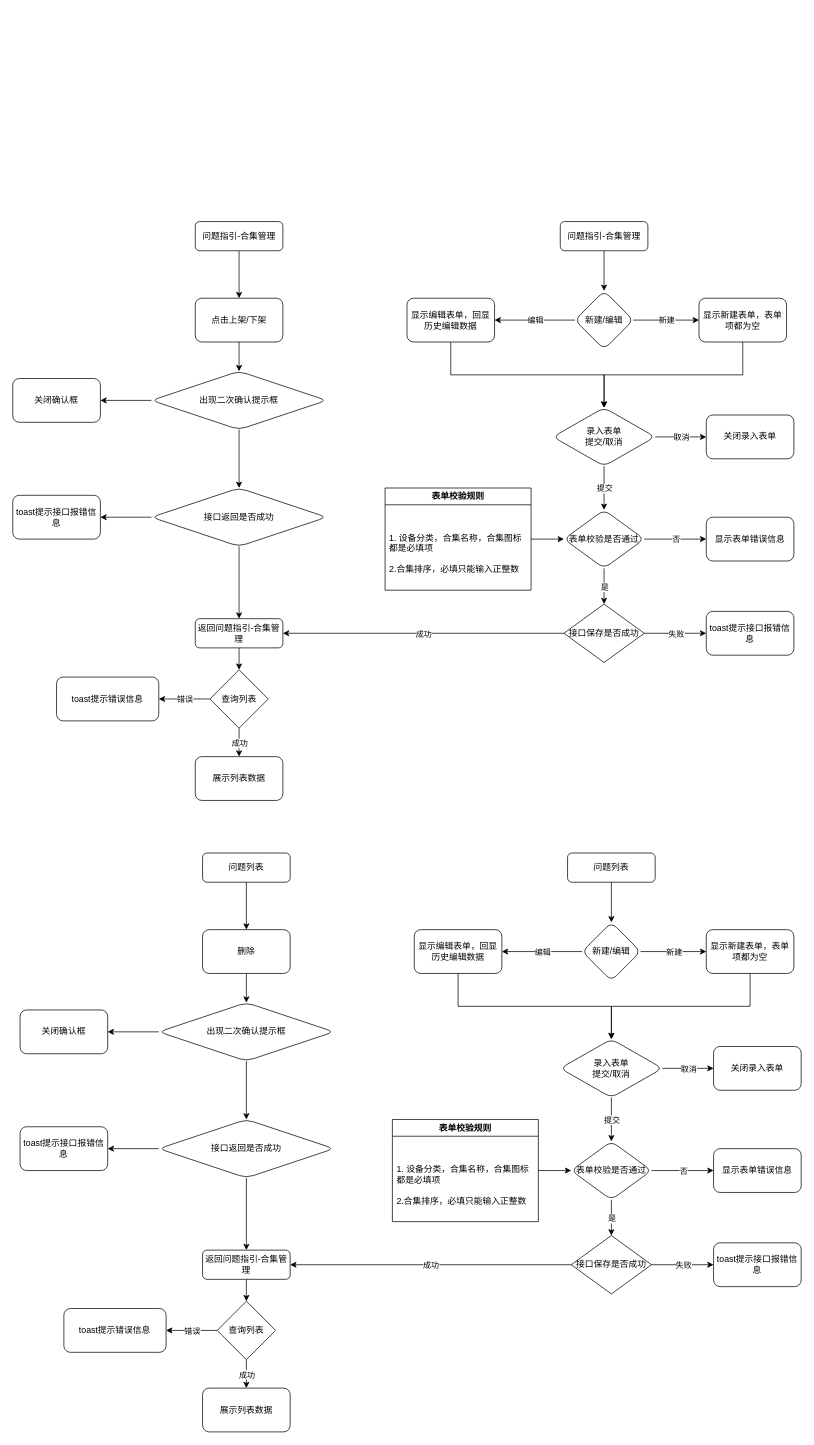
The draw.io diagram 问题指引.drawio in BwinYang/bwinyang, before the edit. Source tidied: cells renumbered, new cells numbered last; positions are measured from the earlier drawing's top-left corner, leaving out a move shared by most shapes. Both pictures are drawn from the tidied source at 73%, with x=0, y=0 at pixel (12, 221).
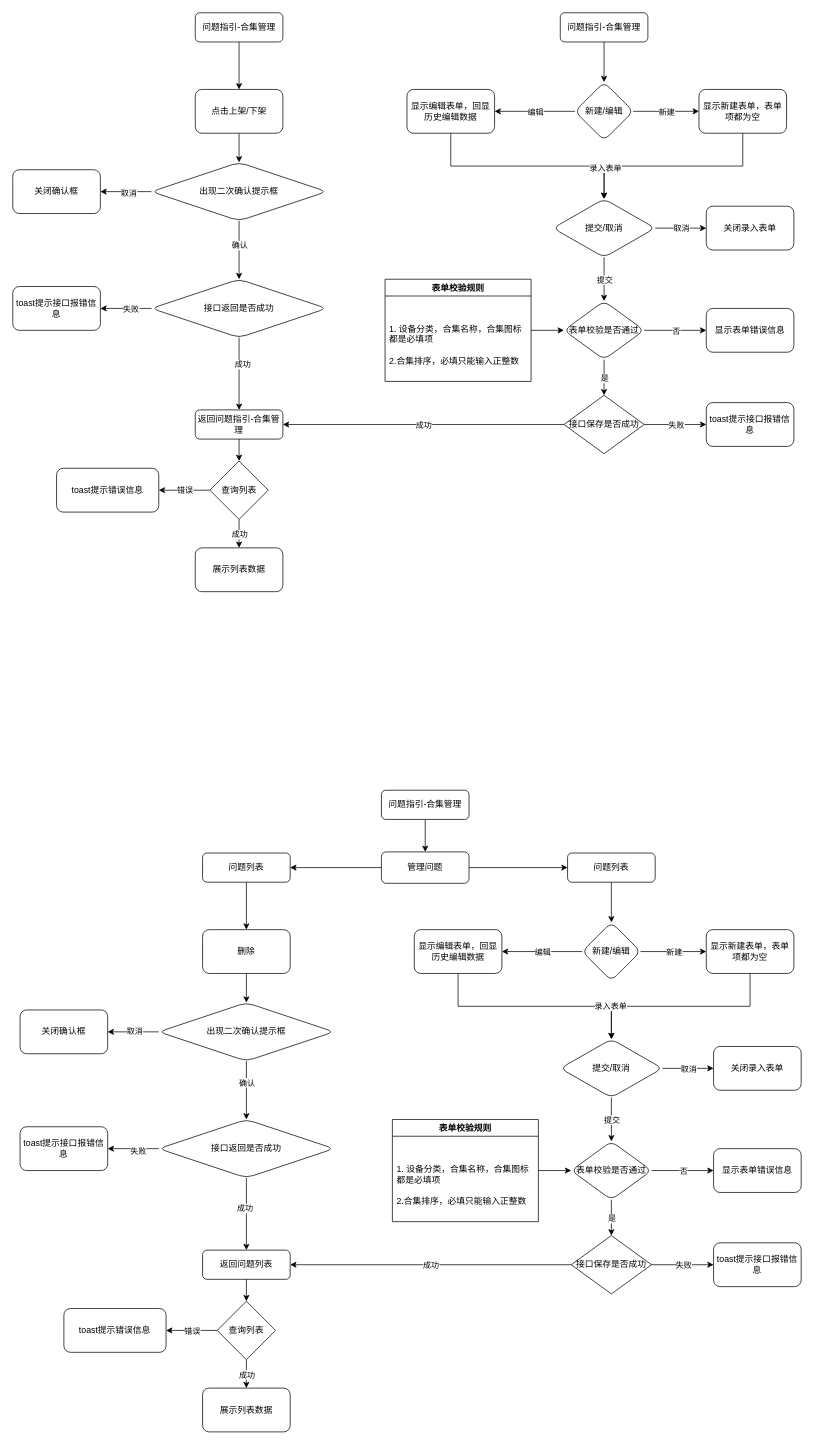
Above is the later version.

Commit message:
更新问题指引.drawio

Unchanged cells that the change refers to:
```xml
<mxCell id="44" style="edgeStyle=orthogonalEdgeStyle;rounded=0;jettySize=auto;html=1;" parent="1" edge="1" source="46" target="47">
  <mxGeometry relative="1" as="geometry" />
</mxCell>
<mxCell id="45" style="edgeStyle=orthogonalEdgeStyle;rounded=0;jettySize=auto;html=1;" parent="1" edge="1" source="46" target="50">
  <mxGeometry relative="1" as="geometry" />
</mxCell>
<mxCell id="48" style="edgeStyle=orthogonalEdgeStyle;rounded=0;jettySize=auto;html=1;" parent="1" edge="1" source="50" target="51">
  <mxGeometry relative="1" as="geometry" />
</mxCell>
<mxCell id="49" style="edgeStyle=orthogonalEdgeStyle;rounded=0;jettySize=auto;html=1;entryX=0.5;entryY=0;entryDx=0;entryDy=0;" parent="1" edge="1" source="50" target="13">
  <mxGeometry relative="1" as="geometry" />
</mxCell>
<mxCell id="58" value="问题列表" style="rounded=1;whiteSpace=wrap;html=1;fontSize=12;glass=0;strokeWidth=1;shadow=0;" parent="1" vertex="1">
  <mxGeometry x="760" y="865" width="120" height="40" as="geometry" />
</mxCell>
<mxCell id="86" style="endArrow=classic;html=1;rounded=0;edgeStyle=orthogonalEdgeStyle;exitX=0.5;exitY=1;exitDx=0;exitDy=0;entryX=0.5;entryY=0;entryDx=0;entryDy=0;" parent="1" edge="1" source="57" target="60">
  <mxGeometry relative="1" as="geometry">
    <Array as="points">
      <mxPoint x="1010" y="1075" />
      <mxPoint x="820" y="1075" />
    </Array>
  </mxGeometry>
</mxCell>
<mxCell id="94" value="问题列表" style="rounded=1;whiteSpace=wrap;html=1;fontSize=12;glass=0;strokeWidth=1;shadow=0;" parent="1" vertex="1">
  <mxGeometry x="260" y="865" width="120" height="40" as="geometry" />
</mxCell>
<mxCell id="97" style="edgeStyle=orthogonalEdgeStyle;rounded=0;jettySize=auto;html=1;" parent="1" edge="1" source="99" target="100">
  <mxGeometry relative="1" as="geometry" />
</mxCell>
<mxCell id="98" style="edgeStyle=orthogonalEdgeStyle;rounded=0;jettySize=auto;html=1;" parent="1" edge="1" source="99" target="103">
  <mxGeometry relative="1" as="geometry" />
</mxCell>
<mxCell id="101" style="edgeStyle=orthogonalEdgeStyle;rounded=0;jettySize=auto;html=1;" parent="1" edge="1" source="103" target="104">
  <mxGeometry relative="1" as="geometry" />
</mxCell>
<mxCell id="102" style="edgeStyle=orthogonalEdgeStyle;rounded=0;jettySize=auto;html=1;entryX=0.5;entryY=0;entryDx=0;entryDy=0;" parent="1" edge="1" source="103" target="66">
  <mxGeometry relative="1" as="geometry" />
</mxCell>
```

The edit, as a diff of the source:
```diff
@@
     <mxCell id="3" value="新建/编辑" style="rhombus;whiteSpace=wrap;html=1;rounded=1;glass=0;strokeWidth=1;shadow=0;" parent="1" vertex="1">
-      <mxGeometry x="770" y="95" width="80" height="80" as="geometry" />
+      <mxGeometry x="770" y="-191" width="80" height="80" as="geometry" />
     </mxCell>
     <mxCell id="4" value="显示新建表单，表单项都为空" style="rounded=1;whiteSpace=wrap;html=1;glass=0;strokeWidth=1;shadow=0;" parent="1" vertex="1">
-      <mxGeometry x="940" y="105" width="120" height="60" as="geometry" />
+      <mxGeometry x="940" y="-181" width="120" height="60" as="geometry" />
     </mxCell>
     <mxCell id="5" value="问题指引-合集管理" style="rounded=1;whiteSpace=wrap;html=1;fontSize=12;glass=0;strokeWidth=1;shadow=0;" parent="1" vertex="1">
-      <mxGeometry x="750" width="120" height="40" as="geometry" />
+      <mxGeometry x="750" y="-286" width="120" height="40" as="geometry" />
     </mxCell>
     <mxCell id="6" value="显示编辑表单，回显历史编辑数据" style="rounded=1;whiteSpace=wrap;html=1;glass=0;strokeWidth=1;shadow=0;" parent="1" vertex="1">
-      <mxGeometry x="540" y="105" width="120" height="60" as="geometry" />
+      <mxGeometry x="540" y="-181" width="120" height="60" as="geometry" />
     </mxCell>
-    <mxCell id="7" value="录入表单&lt;br&gt;提交/取消" style="rhombus;whiteSpace=wrap;html=1;rounded=1;glass=0;strokeWidth=1;shadow=0;" parent="1" vertex="1">
-      <mxGeometry x="740" y="255" width="140" height="80" as="geometry" />
+    <mxCell id="7" value="提交/取消" style="rhombus;whiteSpace=wrap;html=1;rounded=1;glass=0;strokeWidth=1;shadow=0;" parent="1" vertex="1">
+      <mxGeometry x="740" y="-31" width="140" height="80" as="geometry" />
     </mxCell>
     <mxCell id="8" value="表单校验是否通过" style="rhombus;whiteSpace=wrap;html=1;rounded=1;glass=0;strokeWidth=1;shadow=0;" parent="1" vertex="1">
-      <mxGeometry x="755" y="395" width="110" height="80" as="geometry" />
+      <mxGeometry x="755" y="109" width="110" height="80" as="geometry" />
     </mxCell>
     <mxCell id="9" value="接口保存是否成功" style="rhombus;whiteSpace=wrap;html=1;" parent="1" vertex="1">
-      <mxGeometry x="755" y="524" width="110" height="80" as="geometry" />
+      <mxGeometry x="755" y="238" width="110" height="80" as="geometry" />
     </mxCell>
     <mxCell id="10" value="关闭录入表单" style="whiteSpace=wrap;html=1;rounded=1;glass=0;strokeWidth=1;shadow=0;" parent="1" vertex="1">
-      <mxGeometry x="950" y="265" width="120" height="60" as="geometry" />
+      <mxGeometry x="950" y="-21" width="120" height="60" as="geometry" />
     </mxCell>
     <mxCell id="11" value="显示表单错误信息" style="whiteSpace=wrap;html=1;rounded=1;glass=0;strokeWidth=1;shadow=0;" parent="1" vertex="1">
-      <mxGeometry x="950" y="405" width="120" height="60" as="geometry" />
+      <mxGeometry x="950" y="119" width="120" height="60" as="geometry" />
     </mxCell>
     <mxCell id="12" value="toast提示接口报错信息" style="rounded=1;whiteSpace=wrap;html=1;" parent="1" vertex="1">
-      <mxGeometry x="950" y="534" width="120" height="60" as="geometry" />
+      <mxGeometry x="950" y="248" width="120" height="60" as="geometry" />
     </mxCell>
     <mxCell id="13" value="返回问题指引-合集管理" style="rounded=1;whiteSpace=wrap;html=1;fontSize=12;glass=0;strokeWidth=1;shadow=0;" parent="1" vertex="1">
-      <mxGeometry x="250" y="544" width="120" height="40" as="geometry" />
+      <mxGeometry x="250" y="258" width="120" height="40" as="geometry" />
     </mxCell>
@@
     <mxCell id="15" value="查询列表" style="rhombus;whiteSpace=wrap;html=1;" parent="1" vertex="1">
-      <mxGeometry x="270" y="614" width="80" height="80" as="geometry" />
+      <mxGeometry x="270" y="328" width="80" height="80" as="geometry" />
     </mxCell>
     <mxCell id="16" value="toast提示错误信息" style="whiteSpace=wrap;html=1;rounded=1;" parent="1" vertex="1">
-      <mxGeometry x="60" y="624" width="140" height="60" as="geometry" />
+      <mxGeometry x="60" y="338" width="140" height="60" as="geometry" />
     </mxCell>
     <mxCell id="17" value="展示列表数据" style="rounded=1;whiteSpace=wrap;html=1;" parent="1" vertex="1">
-      <mxGeometry x="250" y="733" width="120" height="60" as="geometry" />
+      <mxGeometry x="250" y="447" width="120" height="60" as="geometry" />
     </mxCell>
@@
     <mxCell id="33" style="endArrow=classic;html=1;rounded=0;edgeStyle=orthogonalEdgeStyle;exitX=0.5;exitY=1;exitDx=0;exitDy=0;entryX=0.5;entryY=0;entryDx=0;entryDy=0;" parent="1" edge="1" source="4" target="7">
       <mxGeometry relative="1" as="geometry">
         <Array as="points">
-          <mxPoint x="1000" y="210" />
-          <mxPoint x="810" y="210" />
+          <mxPoint x="1000" y="-76" />
+          <mxPoint x="810" y="-76" />
         </Array>
       </mxGeometry>
     </mxCell>
+    <mxCell id="108" value="录入表单" style="edgeLabel;html=1;align=center;verticalAlign=middle;" parent="33" vertex="1">
+      <mxGeometry x="0.69" y="1" relative="1" as="geometry" />
+    </mxCell>
@@
     <mxCell id="41" value="问题指引-合集管理" style="rounded=1;whiteSpace=wrap;html=1;fontSize=12;glass=0;strokeWidth=1;shadow=0;" parent="1" vertex="1">
-      <mxGeometry x="250" width="120" height="40" as="geometry" />
+      <mxGeometry x="250" y="-286" width="120" height="40" as="geometry" />
     </mxCell>
@@
     <mxCell id="43" value="点击上架/下架" style="whiteSpace=wrap;html=1;rounded=1;glass=0;strokeWidth=1;shadow=0;" parent="1" vertex="1">
-      <mxGeometry x="250" y="105" width="120" height="60" as="geometry" />
+      <mxGeometry x="250" y="-181" width="120" height="60" as="geometry" />
     </mxCell>
@@
+    <mxCell id="109" value="取消" style="edgeLabel;html=1;align=center;verticalAlign=middle;" parent="44" vertex="1">
+      <mxGeometry x="-0.09" y="1" relative="1" as="geometry" />
+    </mxCell>
@@
+    <mxCell id="110" value="确认" style="edgeLabel;html=1;align=center;verticalAlign=middle;" parent="45" vertex="1">
+      <mxGeometry x="-0.17" relative="1" as="geometry" />
+    </mxCell>
     <mxCell id="46" value="出现二次确认提示框" style="rhombus;whiteSpace=wrap;html=1;rounded=1;glass=0;strokeWidth=1;shadow=0;" parent="1" vertex="1">
-      <mxGeometry x="190" y="205" width="240" height="80" as="geometry" />
+      <mxGeometry x="190" y="-81" width="240" height="80" as="geometry" />
     </mxCell>
     <mxCell id="47" value="关闭确认框" style="whiteSpace=wrap;html=1;rounded=1;glass=0;strokeWidth=1;shadow=0;" parent="1" vertex="1">
-      <mxGeometry y="215" width="120" height="60" as="geometry" />
+      <mxGeometry y="-71" width="120" height="60" as="geometry" />
     </mxCell>
@@
+    <mxCell id="111" value="失败" style="edgeLabel;html=1;align=center;verticalAlign=middle;" parent="48" vertex="1">
+      <mxGeometry x="-0.17" relative="1" as="geometry" />
+    </mxCell>
@@
+    <mxCell id="112" value="成功" style="edgeLabel;html=1;align=center;verticalAlign=middle;" parent="49" vertex="1">
+      <mxGeometry x="-0.27" y="4" relative="1" as="geometry" />
+    </mxCell>
     <mxCell id="50" value="接口返回是否成功" style="rhombus;whiteSpace=wrap;html=1;rounded=1;glass=0;strokeWidth=1;shadow=0;" parent="1" vertex="1">
-      <mxGeometry x="190" y="365" width="240" height="80" as="geometry" />
+      <mxGeometry x="190" y="79" width="240" height="80" as="geometry" />
     </mxCell>
     <mxCell id="51" value="toast提示接口报错信息" style="rounded=1;whiteSpace=wrap;html=1;" parent="1" vertex="1">
-      <mxGeometry y="375" width="120" height="60" as="geometry" />
+      <mxGeometry y="89" width="120" height="60" as="geometry" />
     </mxCell>
@@
     <mxCell id="53" value="表单校验规则" style="swimlane;whiteSpace=wrap;html=1;" parent="1" vertex="1">
-      <mxGeometry x="510" y="365" width="200" height="140" as="geometry" />
+      <mxGeometry x="510" y="79" width="200" height="140" as="geometry" />
     </mxCell>
@@
-    <mxCell id="60" value="录入表单&lt;br&gt;提交/取消" style="rhombus;whiteSpace=wrap;html=1;rounded=1;glass=0;strokeWidth=1;shadow=0;" parent="1" vertex="1">
+    <mxCell id="60" value="提交/取消" style="rhombus;whiteSpace=wrap;html=1;rounded=1;glass=0;strokeWidth=1;shadow=0;" parent="1" vertex="1">
       <mxGeometry x="750" y="1120" width="140" height="80" as="geometry" />
     </mxCell>
@@
-    <mxCell id="66" value="返回问题指引-合集管理" style="rounded=1;whiteSpace=wrap;html=1;fontSize=12;glass=0;strokeWidth=1;shadow=0;" parent="1" vertex="1">
+    <mxCell id="66" value="返回问题列表" style="rounded=1;whiteSpace=wrap;html=1;fontSize=12;glass=0;strokeWidth=1;shadow=0;" parent="1" vertex="1">
       <mxGeometry x="260" y="1409" width="120" height="40" as="geometry" />
     </mxCell>
@@
+    <mxCell id="113" value="录入表单" style="edgeLabel;html=1;align=center;verticalAlign=middle;" parent="86" vertex="1">
+      <mxGeometry x="0.68" y="-2" relative="1" as="geometry">
+        <mxPoint y="-1" as="offset" />
+      </mxGeometry>
+    </mxCell>
@@
+    <mxCell id="114" value="取消" style="edgeLabel;html=1;align=center;verticalAlign=middle;" parent="97" vertex="1">
+      <mxGeometry x="-0.03" y="-1" relative="1" as="geometry" />
+    </mxCell>
@@
+    <mxCell id="115" value="确认" style="edgeLabel;html=1;align=center;verticalAlign=middle;" parent="98" vertex="1">
+      <mxGeometry x="-0.28" relative="1" as="geometry" />
+    </mxCell>
@@
+    <mxCell id="116" value="失败" style="edgeLabel;html=1;align=center;verticalAlign=middle;" parent="101" vertex="1">
+      <mxGeometry x="-0.17" y="3" relative="1" as="geometry" />
+    </mxCell>
@@
+    <mxCell id="117" value="成功" style="edgeLabel;html=1;align=center;verticalAlign=middle;" parent="102" vertex="1">
+      <mxGeometry x="-0.17" y="-3" relative="1" as="geometry" />
+    </mxCell>
@@
+    <mxCell id="118" style="edgeStyle=orthogonalEdgeStyle;rounded=0;jettySize=auto;html=1;" parent="1" edge="1" source="119" target="122">
+      <mxGeometry relative="1" as="geometry" />
+    </mxCell>
+    <mxCell id="119" value="问题指引-合集管理" style="rounded=1;whiteSpace=wrap;html=1;fontSize=12;glass=0;strokeWidth=1;shadow=0;" parent="1" vertex="1">
+      <mxGeometry x="505" y="779" width="120" height="40" as="geometry" />
+    </mxCell>
+    <mxCell id="120" style="edgeStyle=orthogonalEdgeStyle;rounded=0;jettySize=auto;html=1;entryX=1;entryY=0.5;entryDx=0;entryDy=0;" parent="1" edge="1" source="122" target="94">
+      <mxGeometry relative="1" as="geometry" />
+    </mxCell>
+    <mxCell id="121" style="edgeStyle=orthogonalEdgeStyle;rounded=0;jettySize=auto;html=1;entryX=0;entryY=0.5;entryDx=0;entryDy=0;" parent="1" edge="1" source="122" target="58">
+      <mxGeometry relative="1" as="geometry" />
+    </mxCell>
+    <mxCell id="122" value="管理问题" style="whiteSpace=wrap;html=1;rounded=1;glass=0;strokeWidth=1;shadow=0;" parent="1" vertex="1">
+      <mxGeometry x="505" y="863.5" width="120" height="43" as="geometry" />
+    </mxCell>
```
